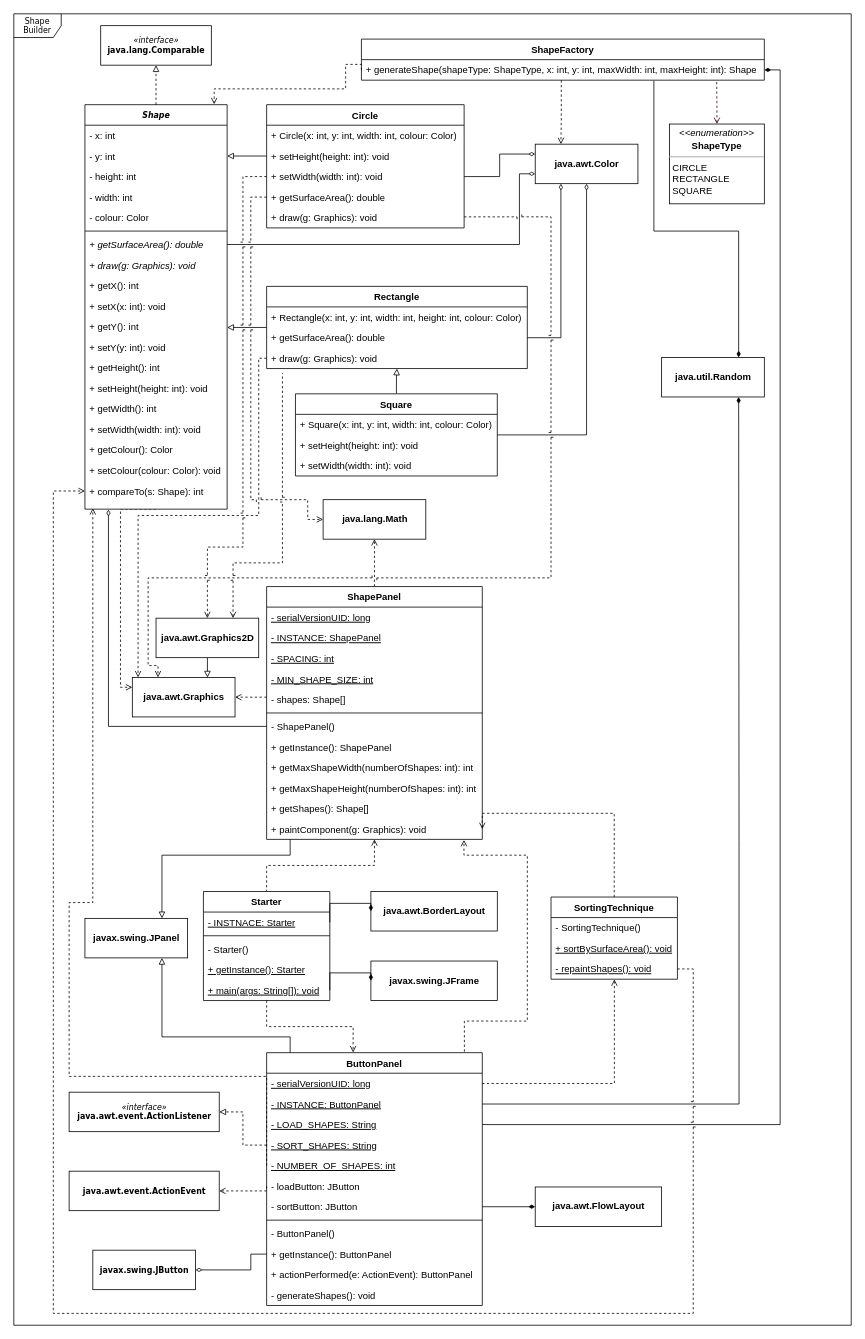
Above: src/shapebuilder/ClassDiagram1.drawio in AndrewHocking/EECS-3311 (draw.io), before the change. Source tidied: cells renumbered, new cells numbered last; positions are measured from the earlier drawing's top-left corner, leaving out a move shared by most shapes. Both pictures are drawn from the tidied source at 79%, with x=0, y=0 at pixel (13, 13).
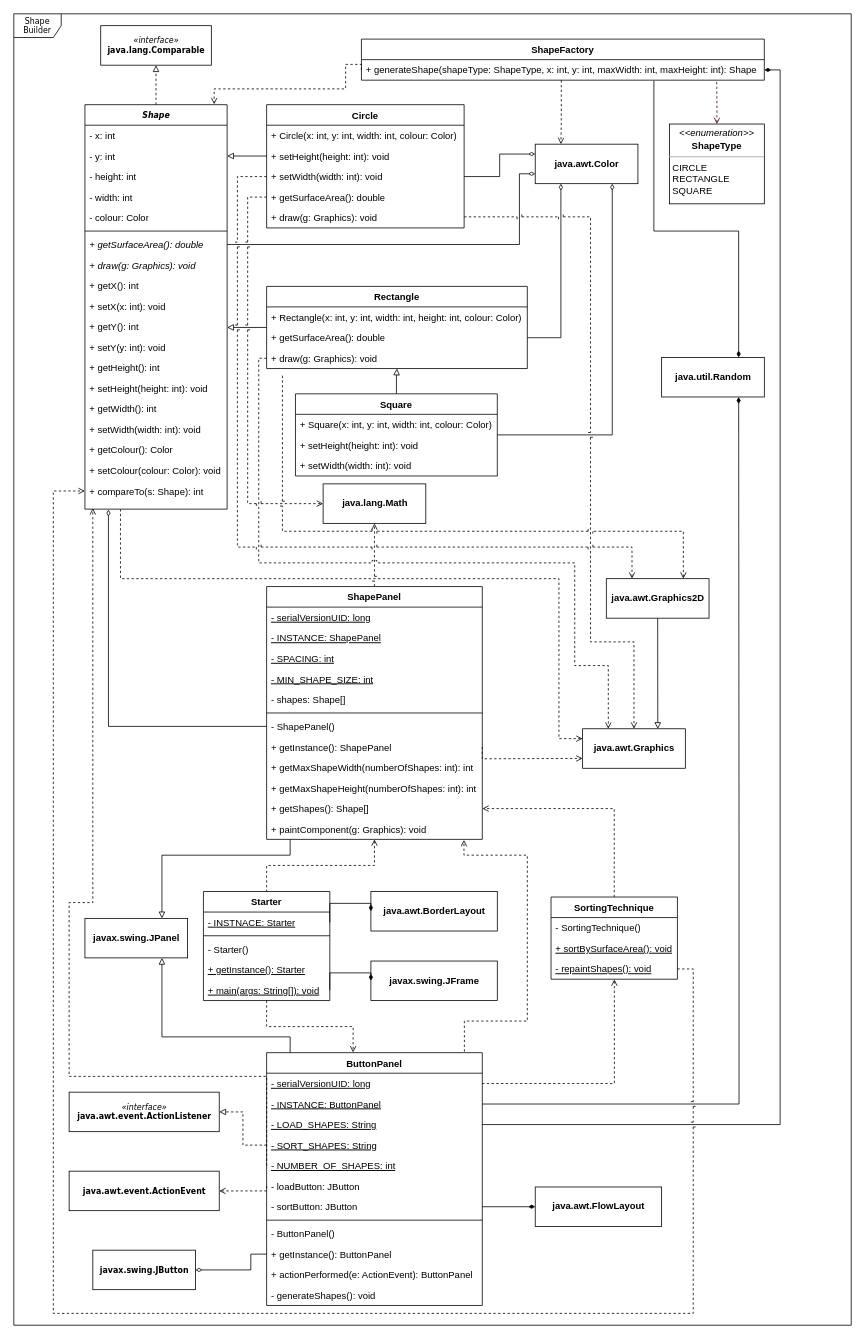
Above is the later version.

Commit message:
Made class diagram more understandable

Unchanged cells that the change refers to:
```xml
<mxCell id="5" value="&lt;b&gt;&lt;i&gt;Shape&lt;/i&gt;&lt;/b&gt;" style="swimlane;html=1;fontStyle=0;horizontal=1;startSize=26;fillColor=none;swimlaneFillColor=#ffffff;rounded=0;shadow=0;comic=0;labelBackgroundColor=none;strokeWidth=1;fontFamily=Verdana;fontSize=10;align=center;" parent="1" vertex="1">
  <mxGeometry x="90" y="115" width="180" height="512" as="geometry" />
</mxCell>
<mxCell id="35" value="+ setWidth(width: int): void" style="text;strokeColor=none;fillColor=none;align=left;verticalAlign=top;spacingLeft=4;spacingRight=4;overflow=hidden;points=[[0,0.5],[1,0.5]];portConstraint=eastwest;rounded=0;shadow=0;glass=0;sketch=0;" parent="32" vertex="1">
  <mxGeometry y="78" width="250" height="26" as="geometry" />
</mxCell>
<mxCell id="36" value="+ &lt;span&gt;getSurfaceArea()&lt;/span&gt;: double" style="text;html=1;strokeColor=none;fillColor=none;align=left;verticalAlign=top;spacingLeft=4;spacingRight=4;whiteSpace=wrap;overflow=hidden;points=[[0,0.5],[1,0.5]];portConstraint=eastwest;fontStyle=0;" parent="32" vertex="1">
  <mxGeometry y="104" width="250" height="26" as="geometry" />
</mxCell>
<mxCell id="40" value="Square" style="swimlane;fontStyle=1;align=center;verticalAlign=top;horizontal=1;startSize=26;rounded=0;shadow=0;glass=0;sketch=0;" parent="1" vertex="1">
  <mxGeometry x="356.5" y="481" width="255.5" height="104" as="geometry" />
</mxCell>
<mxCell id="69" value="ShapePanel" style="swimlane;fontStyle=1;align=center;verticalAlign=top;horizontal=1;startSize=26;rounded=0;shadow=0;glass=0;sketch=0;" parent="1" vertex="1">
  <mxGeometry x="320" y="725" width="273" height="320" as="geometry" />
</mxCell>
<mxCell id="77" value="+ getInstance(): ShapePanel" style="text;strokeColor=none;fillColor=none;align=left;verticalAlign=top;spacingLeft=4;spacingRight=4;overflow=hidden;points=[[0,0.5],[1,0.5]];portConstraint=eastwest;rounded=0;shadow=0;glass=0;sketch=0;" parent="69" vertex="1">
  <mxGeometry y="190" width="273" height="26" as="geometry" />
</mxCell>
<mxCell id="80" value="+ getShapes(): Shape[]" style="text;strokeColor=none;fillColor=none;align=left;verticalAlign=top;spacingLeft=4;spacingRight=4;overflow=hidden;points=[[0,0.5],[1,0.5]];portConstraint=eastwest;rounded=0;shadow=0;glass=0;sketch=0;" parent="69" vertex="1">
  <mxGeometry y="268" width="273" height="26" as="geometry" />
</mxCell>
<mxCell id="81" value="+ paintComponent(g: Graphics): void" style="text;strokeColor=none;fillColor=none;align=left;verticalAlign=top;spacingLeft=4;spacingRight=4;overflow=hidden;points=[[0,0.5],[1,0.5]];portConstraint=eastwest;rounded=0;shadow=0;glass=0;sketch=0;" parent="69" vertex="1">
  <mxGeometry y="294" width="273" height="26" as="geometry" />
</mxCell>
<mxCell id="100" value="java.awt.Color" style="html=1;rounded=0;shadow=0;glass=0;sketch=0;verticalAlign=middle;fontStyle=1;" parent="1" vertex="1">
  <mxGeometry x="660" y="165" width="130" height="50" as="geometry" />
</mxCell>
<mxCell id="104" value="SortingTechnique" style="swimlane;fontStyle=1;horizontal=1;startSize=26;rounded=0;shadow=0;glass=0;sketch=0;verticalAlign=middle;" parent="1" vertex="1">
  <mxGeometry x="680" y="1118" width="160" height="104" as="geometry" />
</mxCell>
```

The edit, as a diff of the source:
```diff
@@
-    <mxCell id="4" style="edgeStyle=orthogonalEdgeStyle;rounded=0;jettySize=auto;html=1;entryX=0;entryY=0.25;entryDx=0;entryDy=0;dashed=1;endArrow=open;endFill=0;exitX=0.5;exitY=1;exitDx=0;exitDy=0;" parent="1" edge="1" source="5" target="98">
+    <mxCell id="4" style="edgeStyle=orthogonalEdgeStyle;rounded=0;jumpStyle=sharp;jettySize=auto;html=1;exitX=0.25;exitY=1;exitDx=0;exitDy=0;entryX=0;entryY=0.25;entryDx=0;entryDy=0;dashed=1;startArrow=none;startFill=0;endArrow=open;endFill=0;strokeColor=#000000;" parent="1" edge="1" source="5" target="98">
       <mxGeometry relative="1" as="geometry">
         <Array as="points">
-          <mxPoint x="135" y="627" />
-          <mxPoint x="135" y="853" />
+          <mxPoint x="135" y="715" />
+          <mxPoint x="690" y="715" />
+          <mxPoint x="690" y="917" />
         </Array>
       </mxGeometry>
     </mxCell>
@@
-    <mxCell id="39" style="edgeStyle=orthogonalEdgeStyle;rounded=0;jettySize=auto;html=1;entryX=0.5;entryY=1;entryDx=0;entryDy=0;startArrow=none;startFill=0;endArrow=diamondThin;endFill=0;strokeColor=#000000;" parent="1" edge="1" source="40" target="100">
+    <mxCell id="39" style="edgeStyle=orthogonalEdgeStyle;rounded=0;jettySize=auto;html=1;entryX=0.75;entryY=1;entryDx=0;entryDy=0;startArrow=none;startFill=0;endArrow=diamondThin;endFill=0;strokeColor=#000000;" parent="1" edge="1" source="40" target="100">
       <mxGeometry relative="1" as="geometry" />
     </mxCell>
@@
-    <mxCell id="65" style="edgeStyle=orthogonalEdgeStyle;rounded=0;jettySize=auto;html=1;entryX=1;entryY=0.5;entryDx=0;entryDy=0;dashed=1;endArrow=open;endFill=0;" parent="1" edge="1" source="69" target="98">
+    <mxCell id="65" style="edgeStyle=orthogonalEdgeStyle;rounded=0;jettySize=auto;html=1;entryX=0;entryY=0.75;entryDx=0;entryDy=0;dashed=1;endArrow=open;endFill=0;jumpStyle=arc;exitX=1;exitY=0.5;exitDx=0;exitDy=0;" parent="1" edge="1" source="77" target="98">
       <mxGeometry relative="1" as="geometry">
         <Array as="points">
-          <mxPoint x="310" y="865" />
-          <mxPoint x="310" y="865" />
+          <mxPoint x="593" y="943" />
+          <mxPoint x="660" y="943" />
         </Array>
       </mxGeometry>
     </mxCell>
@@
     <mxCell id="98" value="java.awt.Graphics" style="html=1;rounded=0;shadow=0;glass=0;sketch=0;verticalAlign=middle;fontStyle=1;" parent="1" vertex="1">
-      <mxGeometry x="150" y="840" width="130" height="50" as="geometry" />
+      <mxGeometry x="720" y="905" width="130" height="50" as="geometry" />
     </mxCell>
-    <mxCell id="99" style="edgeStyle=orthogonalEdgeStyle;rounded=0;jettySize=auto;html=1;entryX=0.056;entryY=0;entryDx=0;entryDy=0;dashed=1;endArrow=open;endFill=0;entryPerimeter=0;" parent="1" edge="1" target="98">
+    <mxCell id="99" style="edgeStyle=orthogonalEdgeStyle;rounded=0;jettySize=auto;html=1;entryX=0.25;entryY=0;entryDx=0;entryDy=0;dashed=1;endArrow=open;endFill=0;jumpStyle=sharp;" parent="1" edge="1" target="98">
       <mxGeometry relative="1" as="geometry">
         <mxPoint x="320" y="436" as="sourcePoint" />
         <Array as="points">
           <mxPoint x="310" y="436" />
-          <mxPoint x="310" y="635" />
-          <mxPoint x="157" y="635" />
-          <mxPoint x="157" y="840" />
+          <mxPoint x="310" y="695" />
+          <mxPoint x="710" y="695" />
+          <mxPoint x="710" y="825" />
+          <mxPoint x="752" y="825" />
         </Array>
       </mxGeometry>
     </mxCell>
@@
-    <mxCell id="103" style="edgeStyle=orthogonalEdgeStyle;rounded=0;jettySize=auto;html=1;exitX=0.5;exitY=0;exitDx=0;exitDy=0;entryX=1;entryY=0.5;entryDx=0;entryDy=0;startArrow=none;startFill=0;endArrow=open;endFill=0;fillColor=#f8cecc;strokeColor=#000000;dashed=1;" parent="1" edge="1" source="104" target="81">
+    <mxCell id="103" style="edgeStyle=orthogonalEdgeStyle;rounded=0;jettySize=auto;html=1;exitX=0.5;exitY=0;exitDx=0;exitDy=0;entryX=1;entryY=0.5;entryDx=0;entryDy=0;startArrow=none;startFill=0;endArrow=open;endFill=0;fillColor=#f8cecc;strokeColor=#000000;dashed=1;" parent="1" edge="1" source="104" target="80">
       <mxGeometry relative="1" as="geometry">
         <Array as="points">
-          <mxPoint x="760" y="1012" />
+          <mxPoint x="760" y="1006" />
         </Array>
       </mxGeometry>
     </mxCell>
@@
     <mxCell id="120" value="java.lang.Math" style="html=1;rounded=0;shadow=0;glass=0;sketch=0;verticalAlign=middle;fontStyle=1;" parent="1" vertex="1">
-      <mxGeometry x="391.5" y="615" width="130" height="50" as="geometry" />
+      <mxGeometry x="391.5" y="595" width="130" height="50" as="geometry" />
     </mxCell>
     <mxCell id="121" style="edgeStyle=orthogonalEdgeStyle;rounded=0;jumpStyle=line;jettySize=auto;html=1;entryX=0;entryY=0.5;entryDx=0;entryDy=0;dashed=1;startArrow=none;startFill=0;endArrow=open;endFill=0;strokeColor=#000000;" parent="1" edge="1" source="36" target="120">
       <mxGeometry relative="1" as="geometry">
         <Array as="points">
-          <mxPoint x="300" y="232" />
-          <mxPoint x="300" y="615" />
-          <mxPoint x="372" y="615" />
-          <mxPoint x="372" y="640" />
+          <mxPoint x="296" y="232" />
+          <mxPoint x="296" y="620" />
         </Array>
       </mxGeometry>
     </mxCell>
-    <mxCell id="122" style="edgeStyle=orthogonalEdgeStyle;rounded=0;jumpStyle=line;jettySize=auto;html=1;exitX=1;exitY=0.5;exitDx=0;exitDy=0;entryX=0.25;entryY=0;entryDx=0;entryDy=0;dashed=1;startArrow=none;startFill=0;endArrow=open;endFill=0;strokeColor=#000000;" parent="1" edge="1" target="98">
+    <mxCell id="122" style="edgeStyle=orthogonalEdgeStyle;rounded=0;jumpStyle=line;jettySize=auto;html=1;exitX=1;exitY=0.5;exitDx=0;exitDy=0;entryX=0.5;entryY=0;entryDx=0;entryDy=0;dashed=1;startArrow=none;startFill=0;endArrow=open;endFill=0;strokeColor=#000000;" parent="1" edge="1" target="98">
       <mxGeometry relative="1" as="geometry">
         <mxPoint x="570" y="257" as="sourcePoint" />
         <Array as="points">
-          <mxPoint x="680" y="257" />
-          <mxPoint x="680" y="714" />
-          <mxPoint x="170" y="714" />
-          <mxPoint x="170" y="825" />
-          <mxPoint x="183" y="825" />
-          <mxPoint x="183" y="840" />
+          <mxPoint x="730" y="257" />
+          <mxPoint x="730" y="795" />
+          <mxPoint x="785" y="795" />
         </Array>
       </mxGeometry>
     </mxCell>
@@
     <mxCell id="125" style="edgeStyle=orthogonalEdgeStyle;rounded=0;jumpStyle=line;jettySize=auto;html=1;exitX=0.75;exitY=0;exitDx=0;exitDy=0;startArrow=open;startFill=0;endArrow=none;endFill=0;strokeColor=#000000;dashed=1;" parent="1" edge="1" source="126">
       <mxGeometry relative="1" as="geometry">
         <mxPoint x="340" y="455" as="targetPoint" />
         <Array as="points">
-          <mxPoint x="278" y="695" />
-          <mxPoint x="340" y="695" />
+          <mxPoint x="848" y="655" />
+          <mxPoint x="340" y="655" />
         </Array>
       </mxGeometry>
     </mxCell>
     <mxCell id="126" value="java.awt.Graphics2D" style="html=1;rounded=0;shadow=0;glass=0;sketch=0;verticalAlign=middle;fontStyle=1;" parent="1" vertex="1">
-      <mxGeometry x="180" y="765" width="130" height="50" as="geometry" />
+      <mxGeometry x="750" y="715" width="130" height="50" as="geometry" />
     </mxCell>
-    <mxCell id="127" style="edgeStyle=orthogonalEdgeStyle;rounded=0;jumpStyle=line;jettySize=auto;html=1;exitX=0;exitY=0.5;exitDx=0;exitDy=0;entryX=0.5;entryY=0;entryDx=0;entryDy=0;dashed=1;startArrow=none;startFill=0;endArrow=open;endFill=0;strokeColor=#000000;" parent="1" edge="1" source="35" target="126">
+    <mxCell id="127" style="edgeStyle=orthogonalEdgeStyle;rounded=0;jumpStyle=line;jettySize=auto;html=1;exitX=0;exitY=0.5;exitDx=0;exitDy=0;entryX=0.25;entryY=0;entryDx=0;entryDy=0;dashed=1;startArrow=none;startFill=0;endArrow=open;endFill=0;strokeColor=#000000;" parent="1" edge="1" source="35" target="126">
       <mxGeometry relative="1" as="geometry">
         <Array as="points">
-          <mxPoint x="290" y="206" />
-          <mxPoint x="290" y="675" />
-          <mxPoint x="245" y="675" />
+          <mxPoint x="283" y="206" />
+          <mxPoint x="283" y="675" />
+          <mxPoint x="783" y="675" />
+          <mxPoint x="783" y="715" />
         </Array>
       </mxGeometry>
     </mxCell>
```
